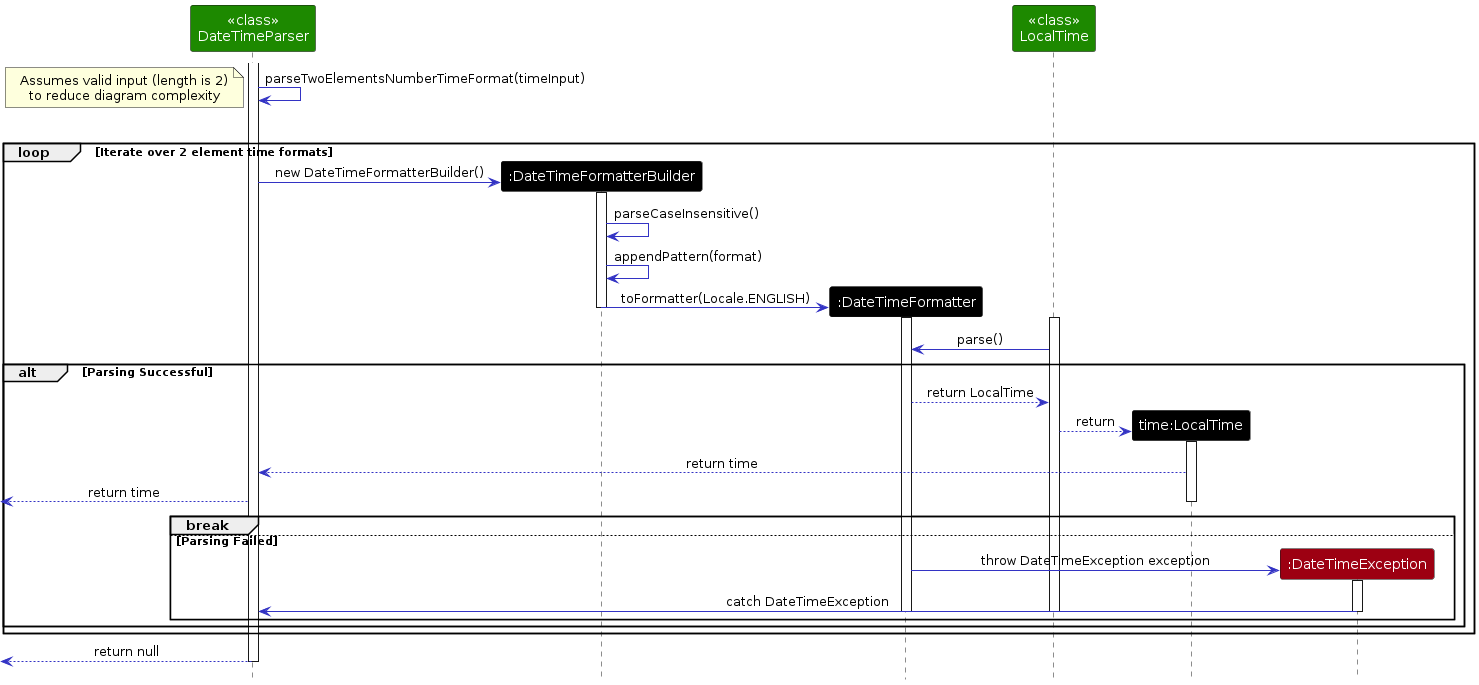
This is diagrams/ExampleParsingNumberFormats.png from dloh2236/tp, a PlantUML export, as it was before one commit. Its source is kept beside it as diagrams/ExampleParsingNumberFormats.puml.
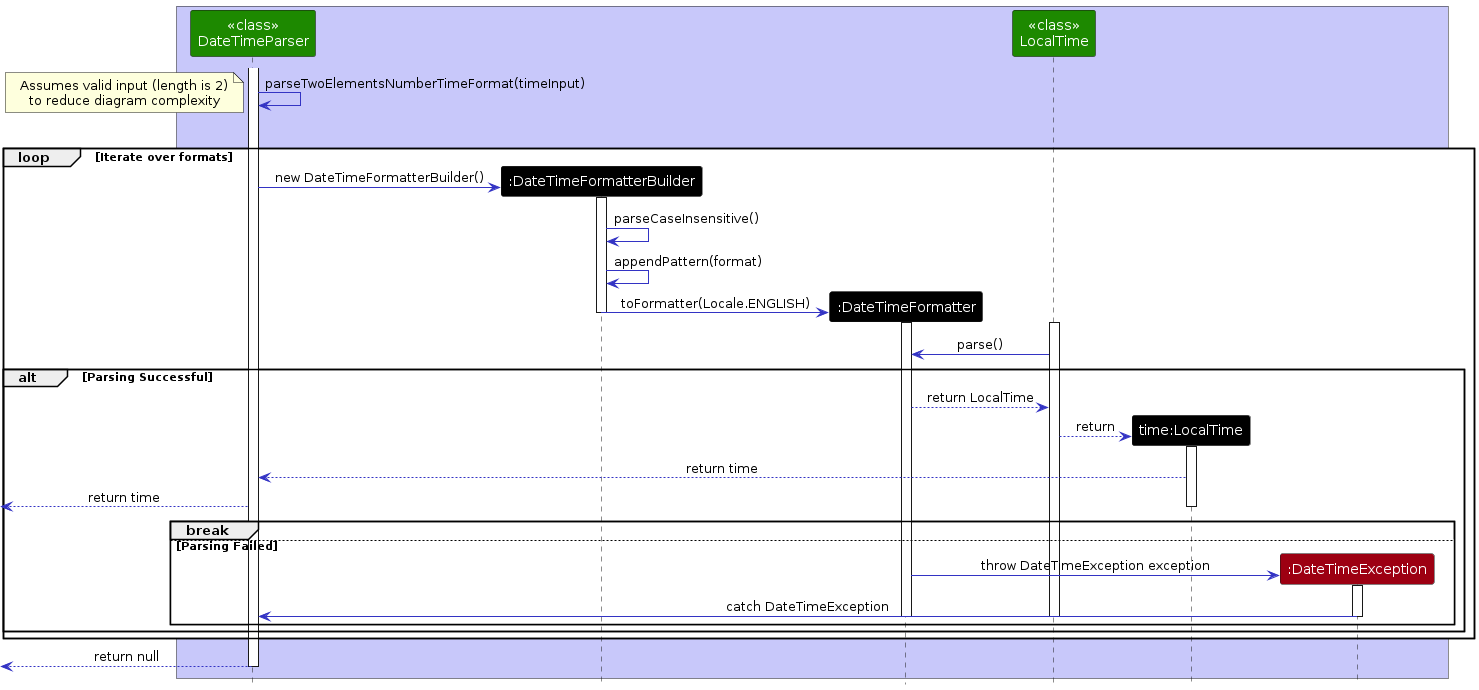
After the commit.

Change to the diagram source:
```diff
@@ -1,13 +1,17 @@
 @startuml
 !include style.puml
 skinparam ArrowFontStyle plain
+skinparam sequenceReferenceBorderColor red
+skinparam sequenceReferenceBackgroundColor pink
 
+box LOGIC_COLOR_T1
 Participant "<<class>>\nDateTimeParser" as DateTimeParser UI_COLOR
 Participant ":DateTimeFormatterBuilder" as DateTimeFormatterBuilder USER_COLOR
 Participant ":DateTimeFormatter" as DateTimeFormatter USER_COLOR
 Participant "<<class>>\nLocalTime" as LocalTimeClass UI_COLOR
 Participant "time:LocalTime" as LocalTime USER_COLOR
 Participant ":DateTimeException" as DateTimeException MODEL_COLOR
+end box
 
 activate DateTimeParser
 DateTimeParser -[LOGIC_COLOR]> DateTimeParser: parseTwoElementsNumberTimeFormat(timeInput)
@@ -16,8 +20,8 @@
     to reduce diagram complexity
 end note
 
-alt valid input
-    loop Iterate over 2 element time formats
+alt #Red auth
+    loop Iterate over formats
         DateTimeParser -[LOGIC_COLOR]> DateTimeFormatterBuilder ** : new DateTimeFormatterBuilder()
         activate DateTimeFormatterBuilder
         DateTimeFormatterBuilder -[LOGIC_COLOR]> DateTimeFormatterBuilder: parseCaseInsensitive()
```
